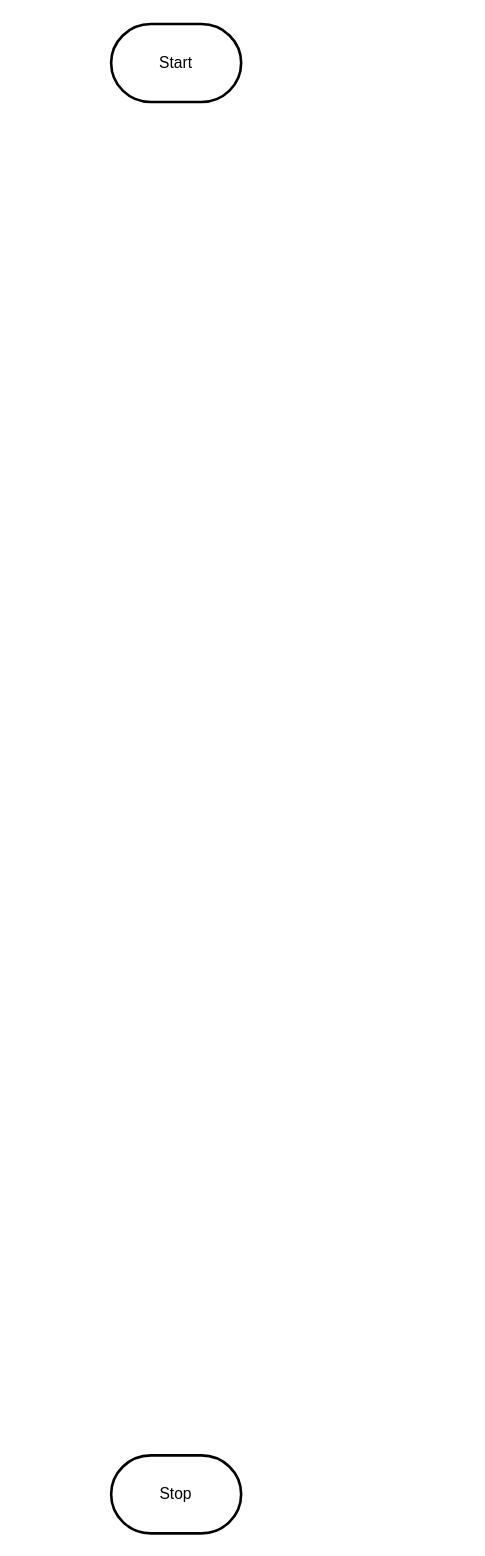
This is design/flowchart.drawio from MTHS-TEJ2O-1-2023/TEJ2O-Unit-2-15-Jack-Eddy, a draw.io file, before an edit. Source tidied: cells renumbered, new cells numbered last; positions are measured from the earlier drawing's top-left corner, leaving out a move shared by most shapes. Both pictures are drawn from the tidied source at 130%, with x=0, y=0 at pixel (110, 23).
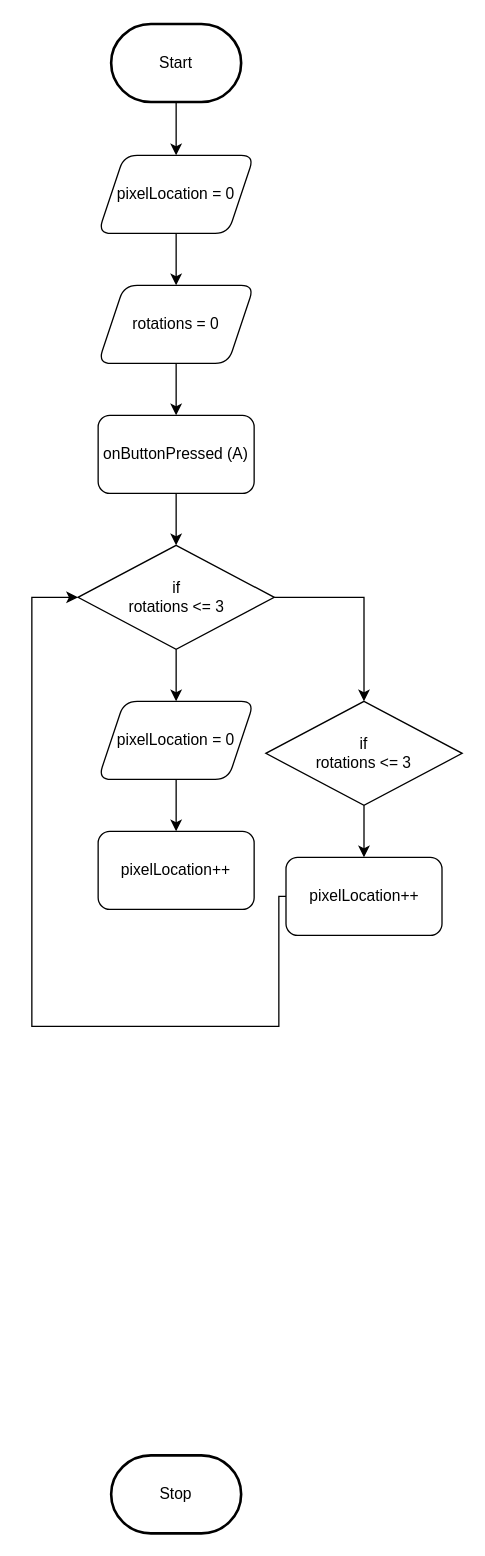
The same diagram, later.

The change refers to these unchanged cells:
```xml
<mxCell id="2" value="Start" style="strokeWidth=2;html=1;shape=mxgraph.flowchart.terminator;whiteSpace=wrap;" parent="1" vertex="1">
  <mxGeometry width="100" height="60" as="geometry" />
</mxCell>
```

Diff of the diagram source:
```diff
@@
+    <mxCell id="4" style="edgeStyle=none;html=1;exitX=0.5;exitY=1;exitDx=0;exitDy=0;exitPerimeter=0;" parent="1" edge="1" source="2" target="8">
+      <mxGeometry relative="1" as="geometry" />
+    </mxCell>
@@
+    <mxCell id="5" style="edgeStyle=none;html=1;exitX=0.5;exitY=1;exitDx=0;exitDy=0;" parent="1" edge="1" source="6" target="13">
+      <mxGeometry relative="1" as="geometry" />
+    </mxCell>
+    <mxCell id="6" value="onButtonPressed (A)" style="rounded=1;whiteSpace=wrap;html=1;" parent="1" vertex="1">
+      <mxGeometry x="-10" y="301" width="120" height="60" as="geometry" />
+    </mxCell>
+    <mxCell id="7" style="edgeStyle=none;html=1;exitX=0.5;exitY=1;exitDx=0;exitDy=0;" parent="1" edge="1" source="8" target="10">
+      <mxGeometry relative="1" as="geometry" />
+    </mxCell>
+    <mxCell id="8" value="pixelLocation = 0" style="shape=parallelogram;perimeter=parallelogramPerimeter;whiteSpace=wrap;html=1;fixedSize=1;rounded=1;" parent="1" vertex="1">
+      <mxGeometry x="-10" y="101" width="120" height="60" as="geometry" />
+    </mxCell>
+    <mxCell id="9" style="edgeStyle=none;html=1;exitX=0.5;exitY=1;exitDx=0;exitDy=0;" parent="1" edge="1" source="10" target="6">
+      <mxGeometry relative="1" as="geometry" />
+    </mxCell>
+    <mxCell id="10" value="rotations = 0" style="shape=parallelogram;perimeter=parallelogramPerimeter;whiteSpace=wrap;html=1;fixedSize=1;rounded=1;" parent="1" vertex="1">
+      <mxGeometry x="-10" y="201" width="120" height="60" as="geometry" />
+    </mxCell>
+    <mxCell id="11" style="edgeStyle=none;html=1;" parent="1" edge="1" source="13" target="15">
+      <mxGeometry relative="1" as="geometry" />
+    </mxCell>
+    <mxCell id="12" style="edgeStyle=orthogonalEdgeStyle;rounded=0;html=1;exitX=1;exitY=0.5;exitDx=0;exitDy=0;entryX=0.5;entryY=0;entryDx=0;entryDy=0;" parent="1" edge="1" source="13" target="19">
+      <mxGeometry relative="1" as="geometry" />
+    </mxCell>
+    <mxCell id="13" value="if&lt;br&gt;rotations &amp;lt;= 3" style="rhombus;whiteSpace=wrap;html=1;rounded=0;shadow=0;" parent="1" vertex="1">
+      <mxGeometry x="-25.5" y="401" width="151" height="80" as="geometry" />
+    </mxCell>
+    <mxCell id="14" style="edgeStyle=orthogonalEdgeStyle;rounded=0;html=1;exitX=0.5;exitY=1;exitDx=0;exitDy=0;entryX=0.5;entryY=0;entryDx=0;entryDy=0;" parent="1" edge="1" source="15" target="20">
+      <mxGeometry relative="1" as="geometry" />
+    </mxCell>
+    <mxCell id="15" value="pixelLocation = 0" style="shape=parallelogram;perimeter=parallelogramPerimeter;whiteSpace=wrap;html=1;fixedSize=1;rounded=1;shadow=0;" parent="1" vertex="1">
+      <mxGeometry x="-10" y="521" width="120" height="60" as="geometry" />
+    </mxCell>
+    <mxCell id="16" style="edgeStyle=orthogonalEdgeStyle;rounded=0;html=1;exitX=0;exitY=0.5;exitDx=0;exitDy=0;entryX=0;entryY=0.5;entryDx=0;entryDy=0;" parent="1" edge="1" source="17" target="13">
+      <mxGeometry relative="1" as="geometry">
+        <Array as="points">
+          <mxPoint x="129" y="671" />
+          <mxPoint x="129" y="771" />
+          <mxPoint x="-61" y="771" />
+          <mxPoint x="-61" y="441" />
+        </Array>
+      </mxGeometry>
+    </mxCell>
+    <mxCell id="17" value="pixelLocation++" style="rounded=1;whiteSpace=wrap;html=1;shadow=0;" parent="1" vertex="1">
+      <mxGeometry x="134.5" y="641" width="120" height="60" as="geometry" />
+    </mxCell>
+    <mxCell id="18" style="edgeStyle=orthogonalEdgeStyle;rounded=0;html=1;exitX=0.5;exitY=1;exitDx=0;exitDy=0;entryX=0.5;entryY=0;entryDx=0;entryDy=0;" parent="1" edge="1" source="19" target="17">
+      <mxGeometry relative="1" as="geometry" />
+    </mxCell>
+    <mxCell id="19" value="if&lt;br&gt;rotations &amp;lt;= 3" style="rhombus;whiteSpace=wrap;html=1;rounded=0;shadow=0;" parent="1" vertex="1">
+      <mxGeometry x="119" y="521" width="151" height="80" as="geometry" />
+    </mxCell>
+    <mxCell id="20" value="pixelLocation++" style="rounded=1;whiteSpace=wrap;html=1;shadow=0;" parent="1" vertex="1">
+      <mxGeometry x="-10" y="621" width="120" height="60" as="geometry" />
+    </mxCell>
```
